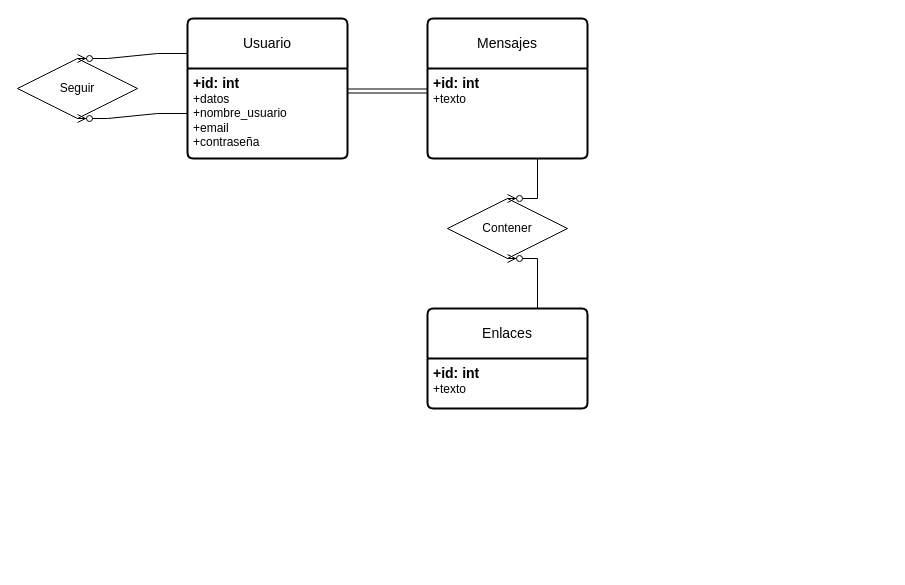
The draw.io diagram ejercicio16.drawio in AsierGArranz/aga-sru-sa-t-UD12DiagramaER-11102023, before the edit. Source tidied: cells renumbered, new cells numbered last; positions are measured from the earlier drawing's top-left corner, leaving out a move shared by most shapes. Both pictures are drawn from the tidied source at 100%, with x=0, y=0 at pixel (17, 18).
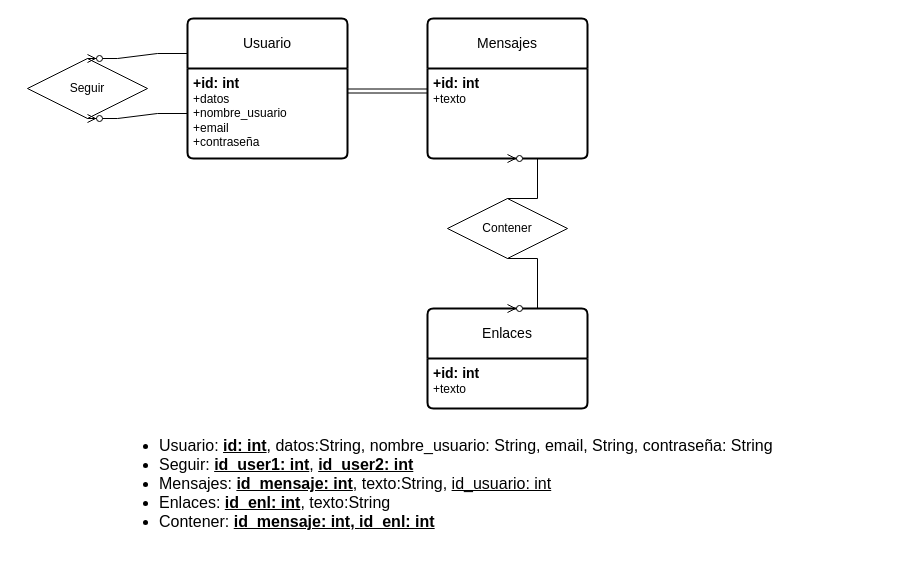
After the change.

What changed in the source:
```diff
@@
 <mxGraphModel>
   <root>
     <mxCell id="0" />
     <mxCell id="1" parent="0" />
     <mxCell id="2" value="Usuario" style="swimlane;horizontal=1;startSize=50;rounded=1;fontSize=14;fontStyle=0;strokeWidth=2;shadow=0;dashed=0;align=center;arcSize=4;whiteSpace=wrap;html=1;" parent="1" vertex="1">
       <mxGeometry x="170" width="160" height="140" as="geometry" />
     </mxCell>
     <mxCell id="3" value="&lt;font style=&quot;font-size: 14px;&quot;&gt;&lt;b&gt;+id: int&lt;/b&gt;&lt;/font&gt;&lt;br&gt;+datos&lt;br&gt;+nombre_usuario&lt;br&gt;+email&lt;br&gt;+contraseña" style="align=left;strokeColor=none;fillColor=none;spacingLeft=4;fontSize=12;verticalAlign=top;html=1;" parent="2" vertex="1">
       <mxGeometry y="50" width="160" height="90" as="geometry" />
     </mxCell>
     <mxCell id="4" value="Mensajes" style="swimlane;horizontal=1;startSize=50;rounded=1;fontSize=14;fontStyle=0;strokeWidth=2;shadow=0;dashed=0;align=center;arcSize=4;whiteSpace=wrap;html=1;" parent="1" vertex="1">
       <mxGeometry x="410" width="160" height="140" as="geometry" />
     </mxCell>
     <mxCell id="5" value="&lt;font style=&quot;font-size: 14px;&quot;&gt;&lt;b&gt;+id: int&lt;/b&gt;&lt;/font&gt;&lt;br&gt;+texto" style="align=left;strokeColor=none;fillColor=none;spacingLeft=4;fontSize=12;verticalAlign=top;html=1;" parent="4" vertex="1">
       <mxGeometry y="50" width="160" height="90" as="geometry" />
     </mxCell>
     <mxCell id="6" value="Enlaces" style="swimlane;horizontal=1;startSize=50;rounded=1;fontSize=14;fontStyle=0;strokeWidth=2;shadow=0;dashed=0;align=center;arcSize=4;whiteSpace=wrap;html=1;" parent="1" vertex="1">
       <mxGeometry x="410" y="290" width="160" height="100" as="geometry" />
     </mxCell>
     <mxCell id="7" value="&lt;font style=&quot;font-size: 14px;&quot;&gt;&lt;b&gt;+id: int&lt;/b&gt;&lt;/font&gt;&lt;br&gt;+texto" style="align=left;strokeColor=none;fillColor=none;spacingLeft=4;fontSize=12;verticalAlign=top;html=1;" parent="6" vertex="1">
       <mxGeometry y="50" width="160" height="50" as="geometry" />
     </mxCell>
     <mxCell id="8" value="Seguir" style="shape=rhombus;perimeter=rhombusPerimeter;whiteSpace=wrap;html=1;align=center;" parent="1" vertex="1">
-      <mxGeometry y="40" width="120" height="60" as="geometry" />
+      <mxGeometry x="10" y="40" width="120" height="60" as="geometry" />
     </mxCell>
     <mxCell id="9" style="edgeStyle=entityRelationEdgeStyle;fontSize=12;html=1;endArrow=ERzeroToMany;endFill=1;rounded=0;entryX=0.5;entryY=0;entryDx=0;entryDy=0;exitX=0;exitY=0.25;exitDx=0;exitDy=0;" parent="1" edge="1" source="2" target="8">
       <mxGeometry relative="1" as="geometry" />
     </mxCell>
     <mxCell id="10" style="edgeStyle=entityRelationEdgeStyle;fontSize=12;html=1;endArrow=ERzeroToMany;endFill=1;rounded=0;entryX=0.5;entryY=1;entryDx=0;entryDy=0;exitX=0;exitY=0.5;exitDx=0;exitDy=0;" parent="1" edge="1" source="3" target="8">
       <mxGeometry relative="1" as="geometry" />
     </mxCell>
     <mxCell id="11" style="shape=link;html=1;rounded=0;exitX=1;exitY=0.25;exitDx=0;exitDy=0;entryX=0;entryY=0.25;entryDx=0;entryDy=0;" parent="1" edge="1" source="3" target="5">
       <mxGeometry relative="1" as="geometry" />
     </mxCell>
     <mxCell id="12" value="Contener" style="shape=rhombus;perimeter=rhombusPerimeter;whiteSpace=wrap;html=1;align=center;" parent="1" vertex="1">
       <mxGeometry x="430" y="180" width="120" height="60" as="geometry" />
     </mxCell>
-    <mxCell id="13" style="edgeStyle=entityRelationEdgeStyle;fontSize=12;html=1;endArrow=ERzeroToMany;endFill=1;rounded=0;entryX=0.5;entryY=0;entryDx=0;entryDy=0;exitX=0.5;exitY=1;exitDx=0;exitDy=0;" parent="1" edge="1" source="5" target="12">
+    <mxCell id="13" style="edgeStyle=entityRelationEdgeStyle;fontSize=12;html=1;endArrow=ERzeroToMany;endFill=1;rounded=0;entryX=0.5;entryY=1;entryDx=0;entryDy=0;exitX=0.5;exitY=0;exitDx=0;exitDy=0;" parent="1" edge="1" source="12" target="5">
       <mxGeometry relative="1" as="geometry" />
     </mxCell>
-    <mxCell id="14" style="edgeStyle=entityRelationEdgeStyle;fontSize=12;html=1;endArrow=ERzeroToMany;endFill=1;rounded=0;entryX=0.5;entryY=1;entryDx=0;entryDy=0;exitX=0.5;exitY=0;exitDx=0;exitDy=0;" parent="1" edge="1" source="6" target="12">
+    <mxCell id="14" style="edgeStyle=entityRelationEdgeStyle;fontSize=12;html=1;endArrow=ERzeroToMany;endFill=1;rounded=0;entryX=0.5;entryY=0;entryDx=0;entryDy=0;exitX=0.5;exitY=1;exitDx=0;exitDy=0;" parent="1" edge="1" source="12" target="6">
       <mxGeometry relative="1" as="geometry" />
     </mxCell>
+    <mxCell id="15" value="&lt;ul style=&quot;font-size: 16px;&quot;&gt;&lt;li&gt;Usuario: &lt;u style=&quot;font-weight: bold;&quot;&gt;id: int&lt;/u&gt;, datos:String, nombre_usuario: String, email, String, contraseña: String&lt;/li&gt;&lt;li&gt;Seguir:&amp;nbsp;&lt;u style=&quot;border-color: var(--border-color); font-weight: bold;&quot;&gt;id_user1: int&lt;/u&gt;,&amp;nbsp;&lt;u style=&quot;border-color: var(--border-color); font-weight: bold;&quot;&gt;id_user2: int&lt;/u&gt;&lt;/li&gt;&lt;li&gt;Mensajes:&amp;nbsp;&lt;u style=&quot;border-color: var(--border-color); font-weight: bold;&quot;&gt;id_mensaje: int&lt;/u&gt;, texto:String, &lt;u&gt;id_usuario: int&lt;/u&gt;&lt;/li&gt;&lt;li&gt;Enlaces:&amp;nbsp;&lt;u style=&quot;border-color: var(--border-color); font-weight: bold;&quot;&gt;id_enl: int&lt;/u&gt;, texto:String&lt;/li&gt;&lt;li&gt;Contener:&amp;nbsp;&lt;u style=&quot;border-color: var(--border-color); font-weight: bold;&quot;&gt;id_mensaje: int,&amp;nbsp;&lt;/u&gt;&lt;u style=&quot;border-color: var(--border-color); font-weight: bold;&quot;&gt;id_enl: int&lt;/u&gt;&lt;/li&gt;&lt;/ul&gt;" style="text;strokeColor=none;fillColor=none;html=1;whiteSpace=wrap;verticalAlign=middle;overflow=hidden;" parent="1" vertex="1">
+      <mxGeometry x="100" y="380" width="770" height="170" as="geometry" />
+    </mxCell>
   </root>
 </mxGraphModel>
```
